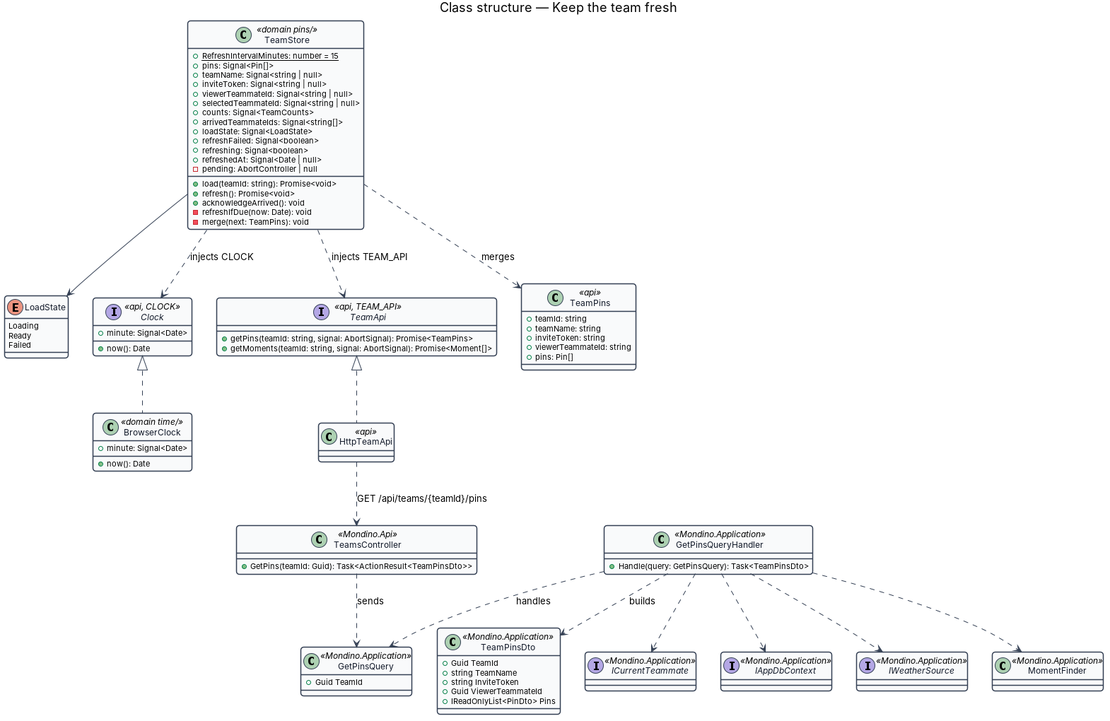
Earlier version of the PlantUML export docs/detailed-designs/team/keep-team-fresh/diagrams/class-structure.png (QuinntyneBrown/Mondino). Its source is kept beside it as docs/detailed-designs/team/keep-team-fresh/diagrams/class-structure.puml. Source of this version:
```plantuml
@startuml
skinparam backgroundColor #FFFFFF
skinparam shadowing false
skinparam roundcorner 8
skinparam defaultFontName Arial
skinparam ArrowColor #344054
skinparam class {
  BorderColor #344054
  FontColor #101828
  BackgroundColor #F9FAFB
}
title Class structure — Keep the team fresh

class TeamStore <<domain pins/>> {
  +{static} RefreshIntervalMinutes: number = 15
  +pins: Signal<Pin[]>
  +teamName: Signal<string | null>
  +inviteToken: Signal<string | null>
  +viewerTeammateId: Signal<string | null>
  +selectedTeammateId: Signal<string | null>
  +counts: Signal<TeamCounts>
  +arrivedTeammateIds: Signal<string[]>
  +loadState: Signal<LoadState>
  +refreshFailed: Signal<boolean>
  +refreshing: Signal<boolean>
  +refreshedAt: Signal<Date | null>
  -pending: AbortController | null
  +load(teamId: string): Promise<void>
  +refresh(): Promise<void>
  +acknowledgeArrived(): void
  -refreshIfDue(now: Date): void
  -merge(next: TeamPins): void
}

enum LoadState {
  Loading
  Ready
  Failed
}

interface Clock <<api, CLOCK>> {
  +now(): Date
  +minute: Signal<Date>
}

class BrowserClock <<domain time/>> {
  +now(): Date
  +minute: Signal<Date>
}

interface TeamApi <<api, TEAM_API>> {
  +getPins(teamId: string, signal: AbortSignal): Promise<TeamPins>
  +getMoments(teamId: string, signal: AbortSignal): Promise<Moment[]>
}

class HttpTeamApi <<api>>

class TeamPins <<api>> {
  +teamId: string
  +teamName: string
  +inviteToken: string
  +viewerTeammateId: string
  +pins: Pin[]
}

class TeamsController <<Mondino.Api>> {
  +GetPins(teamId: Guid): Task<ActionResult<TeamPinsDto>>
}

class GetPinsQuery <<Mondino.Application>> {
  +Guid TeamId
}

class GetPinsQueryHandler <<Mondino.Application>> {
  +Handle(query: GetPinsQuery): Task<TeamPinsDto>
}

class TeamPinsDto <<Mondino.Application>> {
  +Guid TeamId
  +string TeamName
  +string InviteToken
  +Guid ViewerTeammateId
  +IReadOnlyList<PinDto> Pins
}

interface ICurrentTeammate <<Mondino.Application>>
interface IAppDbContext <<Mondino.Application>>
interface IWeatherSource <<Mondino.Application>>
class MomentFinder <<Mondino.Application>>

Clock <|.. BrowserClock
TeamApi <|.. HttpTeamApi
TeamStore ..> Clock : injects CLOCK
TeamStore ..> TeamApi : injects TEAM_API
TeamStore --> LoadState
TeamStore ..> TeamPins : merges
HttpTeamApi ..> TeamsController : GET /api/teams/{teamId}/pins
TeamsController ..> GetPinsQuery : sends
GetPinsQueryHandler ..> GetPinsQuery : handles
GetPinsQueryHandler ..> TeamPinsDto : builds
GetPinsQueryHandler ..> ICurrentTeammate
GetPinsQueryHandler ..> IAppDbContext
GetPinsQueryHandler ..> IWeatherSource
GetPinsQueryHandler ..> MomentFinder
@enduml
```
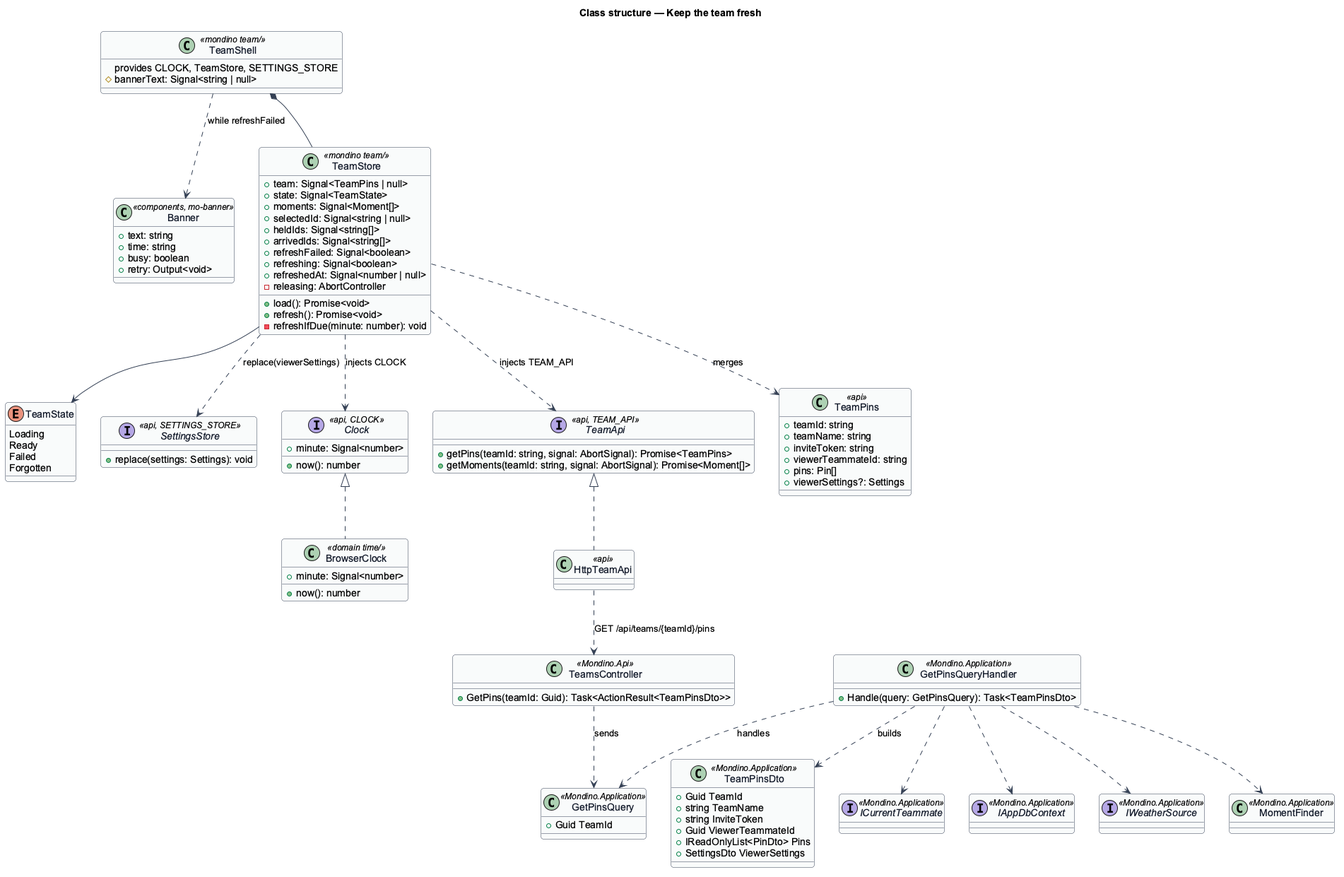
Later version of the same file.

Diff of the diagram source:
```diff
@@ -11,41 +11,53 @@
 }
 title Class structure — Keep the team fresh
 
-class TeamStore <<domain pins/>> {
-  +{static} RefreshIntervalMinutes: number = 15
-  +pins: Signal<Pin[]>
-  +teamName: Signal<string | null>
-  +inviteToken: Signal<string | null>
-  +viewerTeammateId: Signal<string | null>
-  +selectedTeammateId: Signal<string | null>
-  +counts: Signal<TeamCounts>
-  +arrivedTeammateIds: Signal<string[]>
-  +loadState: Signal<LoadState>
+class TeamShell <<mondino team/>> {
+  provides CLOCK, TeamStore, SETTINGS_STORE
+  #bannerText: Signal<string | null>
+}
+
+class Banner <<components, mo-banner>> {
+  +text: string
+  +time: string
+  +busy: boolean
+  +retry: Output<void>
+}
+
+class TeamStore <<mondino team/>> {
+  +team: Signal<TeamPins | null>
+  +state: Signal<TeamState>
+  +moments: Signal<Moment[]>
+  +selectedId: Signal<string | null>
+  +heldIds: Signal<string[]>
+  +arrivedIds: Signal<string[]>
   +refreshFailed: Signal<boolean>
   +refreshing: Signal<boolean>
-  +refreshedAt: Signal<Date | null>
-  -pending: AbortController | null
-  +load(teamId: string): Promise<void>
+  +refreshedAt: Signal<number | null>
+  -releasing: AbortController
+  +load(): Promise<void>
   +refresh(): Promise<void>
-  +acknowledgeArrived(): void
-  -refreshIfDue(now: Date): void
-  -merge(next: TeamPins): void
+  -refreshIfDue(minute: number): void
 }
 
-enum LoadState {
+enum TeamState {
   Loading
   Ready
   Failed
+  Forgotten
+}
+
+interface SettingsStore <<api, SETTINGS_STORE>> {
+  +replace(settings: Settings): void
 }
 
 interface Clock <<api, CLOCK>> {
-  +now(): Date
-  +minute: Signal<Date>
+  +now(): number
+  +minute: Signal<number>
 }
 
 class BrowserClock <<domain time/>> {
-  +now(): Date
-  +minute: Signal<Date>
+  +now(): number
+  +minute: Signal<number>
 }
 
 interface TeamApi <<api, TEAM_API>> {
@@ -61,6 +73,7 @@
   +inviteToken: string
   +viewerTeammateId: string
   +pins: Pin[]
+  +viewerSettings?: Settings
 }
 
 class TeamsController <<Mondino.Api>> {
@@ -81,6 +94,7 @@
   +string InviteToken
   +Guid ViewerTeammateId
   +IReadOnlyList<PinDto> Pins
+  +SettingsDto ViewerSettings
 }
 
 interface ICurrentTeammate <<Mondino.Application>>
@@ -92,7 +106,10 @@
 TeamApi <|.. HttpTeamApi
 TeamStore ..> Clock : injects CLOCK
 TeamStore ..> TeamApi : injects TEAM_API
-TeamStore --> LoadState
+TeamStore --> TeamState
+TeamStore ..> SettingsStore : replace(viewerSettings)
+TeamShell *-- TeamStore
+TeamShell ..> Banner : while refreshFailed
 TeamStore ..> TeamPins : merges
 HttpTeamApi ..> TeamsController : GET /api/teams/{teamId}/pins
 TeamsController ..> GetPinsQuery : sends
```
